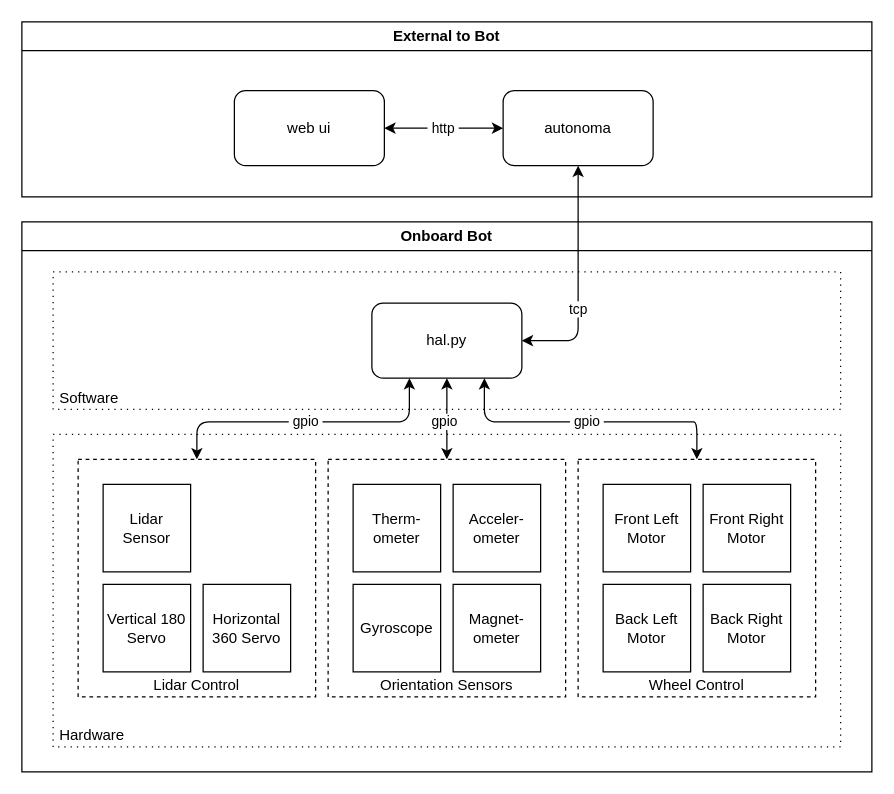
Before: page "Runtimes" (1 of 3) of architecture.drawio in andrewbackes/autonoma, a draw.io diagram. Source tidied: cells renumbered, new cells numbered last; positions are measured from the earlier drawing's top-left corner, leaving out a move shared by most shapes. Both pictures are drawn from the tidied source at 125%, with x=0, y=0 at pixel (21, 21).
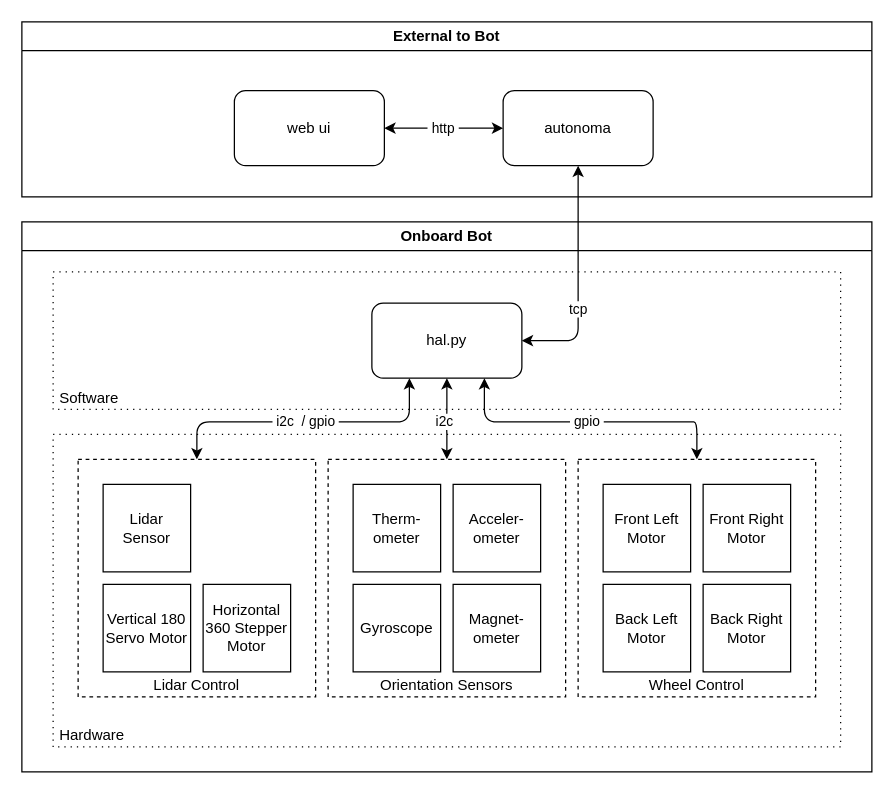
The same page after the edit.

Unchanged cells that the change refers to:
```xml
<mxCell id="2" value="Onboard Bot" style="swimlane;whiteSpace=wrap;html=1;" parent="1" vertex="1">
  <mxGeometry y="160" width="680" height="440" as="geometry" />
</mxCell>
<mxCell id="5" value="hal.py" style="rounded=1;whiteSpace=wrap;html=1;" parent="3" vertex="1">
  <mxGeometry x="255" y="25" width="120" height="60" as="geometry" />
</mxCell>
<mxCell id="8" style="group;" parent="6" vertex="1">
  <mxGeometry x="20" y="20" width="190" height="190" as="geometry" />
</mxCell>
<mxCell id="9" value="Lidar Control" style="rounded=0;whiteSpace=wrap;html=1;dashed=1;verticalAlign=bottom;" parent="8" vertex="1">
  <mxGeometry width="190" height="190" as="geometry" />
</mxCell>
<mxCell id="14" value="Orientation Sensors" style="rounded=0;whiteSpace=wrap;html=1;dashed=1;verticalAlign=bottom;" parent="13" vertex="1">
  <mxGeometry width="190" height="190" as="geometry" />
</mxCell>
```

Diff of the diagram source:
```diff
@@
-    <mxCell id="11" value="Vertical 180 Servo" style="rounded=0;whiteSpace=wrap;html=1;" parent="8" vertex="1">
+    <mxCell id="11" value="Vertical 180 Servo Motor" style="rounded=0;whiteSpace=wrap;html=1;" parent="8" vertex="1">
       <mxGeometry x="20" y="100" width="70" height="70" as="geometry" />
     </mxCell>
-    <mxCell id="12" value="Horizontal 360 Servo" style="rounded=0;whiteSpace=wrap;html=1;" parent="8" vertex="1">
+    <mxCell id="12" value="Horizontal 360 Stepper Motor" style="rounded=0;whiteSpace=wrap;html=1;" parent="8" vertex="1">
       <mxGeometry x="100" y="100" width="70" height="70" as="geometry" />
     </mxCell>
@@
-    <mxCell id="25" value="gpio" style="edgeStyle=orthogonalEdgeStyle;html=1;exitX=0.5;exitY=0;exitDx=0;exitDy=0;entryX=0.5;entryY=1;entryDx=0;entryDy=0;startArrow=classic;startFill=1;" parent="2" edge="1" source="14" target="5">
+    <mxCell id="25" value="i2c" style="edgeStyle=orthogonalEdgeStyle;html=1;exitX=0.5;exitY=0;exitDx=0;exitDy=0;entryX=0.5;entryY=1;entryDx=0;entryDy=0;startArrow=classic;startFill=1;" parent="2" edge="1" source="14" target="5">
       <mxGeometry x="-0.14" relative="1" as="geometry">
         <Array as="points">
           <mxPoint x="335" y="160" />
           <mxPoint x="335" y="160" />
         </Array>
       </mxGeometry>
     </mxCell>
@@
-    <mxCell id="27" value="&amp;nbsp;gpio&amp;nbsp;" style="edgeStyle=orthogonalEdgeStyle;html=1;exitX=0.25;exitY=1;exitDx=0;exitDy=0;entryX=0.5;entryY=0;entryDx=0;entryDy=0;startArrow=classic;startFill=1;" parent="2" edge="1" source="5" target="9">
+    <mxCell id="27" value="&amp;nbsp;i2c&amp;nbsp; / gpio&amp;nbsp;" style="edgeStyle=orthogonalEdgeStyle;html=1;exitX=0.25;exitY=1;exitDx=0;exitDy=0;entryX=0.5;entryY=0;entryDx=0;entryDy=0;startArrow=classic;startFill=1;" parent="2" edge="1" source="5" target="9">
       <mxGeometry relative="1" as="geometry">
         <Array as="points">
           <mxPoint x="310" y="160" />
           <mxPoint x="140" y="160" />
         </Array>
       </mxGeometry>
     </mxCell>
```
